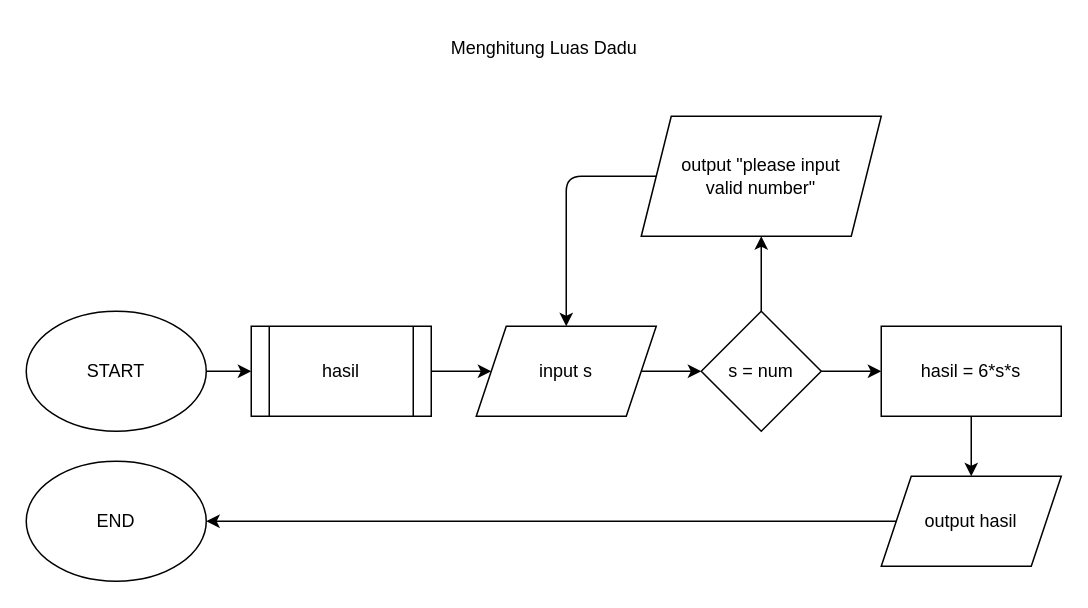
Earlier version of the draw.io diagram page "Menghitung Luas Dadu" (2 of 2) of 5-flowcart lingkaran & dadu.drawio (patih1/fwg17-computer-science). Source tidied: cells renumbered, new cells numbered last; positions are measured from the earlier drawing's top-left corner, leaving out a move shared by most shapes. Both pictures are drawn from the tidied source at 150%, with x=0, y=0 at pixel (26, 26).
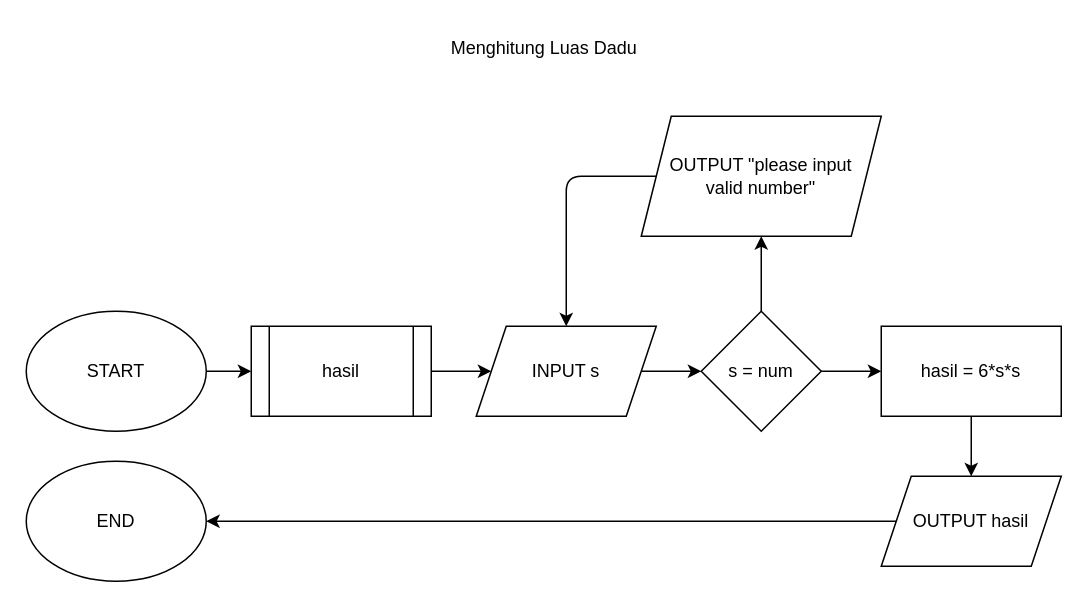
The same diagram, later.

What changed in the source:
```diff
@@
-    <mxCell id="7" value="input s" style="shape=parallelogram;perimeter=parallelogramPerimeter;whiteSpace=wrap;html=1;fixedSize=1;" parent="1" vertex="1">
+    <mxCell id="7" value="INPUT s" style="shape=parallelogram;perimeter=parallelogramPerimeter;whiteSpace=wrap;html=1;fixedSize=1;" parent="1" vertex="1">
       <mxGeometry x="300" y="200" width="120" height="60" as="geometry" />
     </mxCell>
@@
-    <mxCell id="12" value="output &quot;please input &lt;br&gt;valid number&quot;" style="shape=parallelogram;perimeter=parallelogramPerimeter;whiteSpace=wrap;html=1;fixedSize=1;" parent="1" vertex="1">
+    <mxCell id="12" value="OUTPUT &quot;please input &lt;br&gt;valid number&quot;" style="shape=parallelogram;perimeter=parallelogramPerimeter;whiteSpace=wrap;html=1;fixedSize=1;" parent="1" vertex="1">
       <mxGeometry x="410" y="60" width="160" height="80" as="geometry" />
     </mxCell>
@@
-    <mxCell id="16" value="output hasil" style="shape=parallelogram;perimeter=parallelogramPerimeter;whiteSpace=wrap;html=1;fixedSize=1;" parent="1" vertex="1">
+    <mxCell id="16" value="OUTPUT hasil" style="shape=parallelogram;perimeter=parallelogramPerimeter;whiteSpace=wrap;html=1;fixedSize=1;" parent="1" vertex="1">
       <mxGeometry x="570" y="300" width="120" height="60" as="geometry" />
     </mxCell>
```
